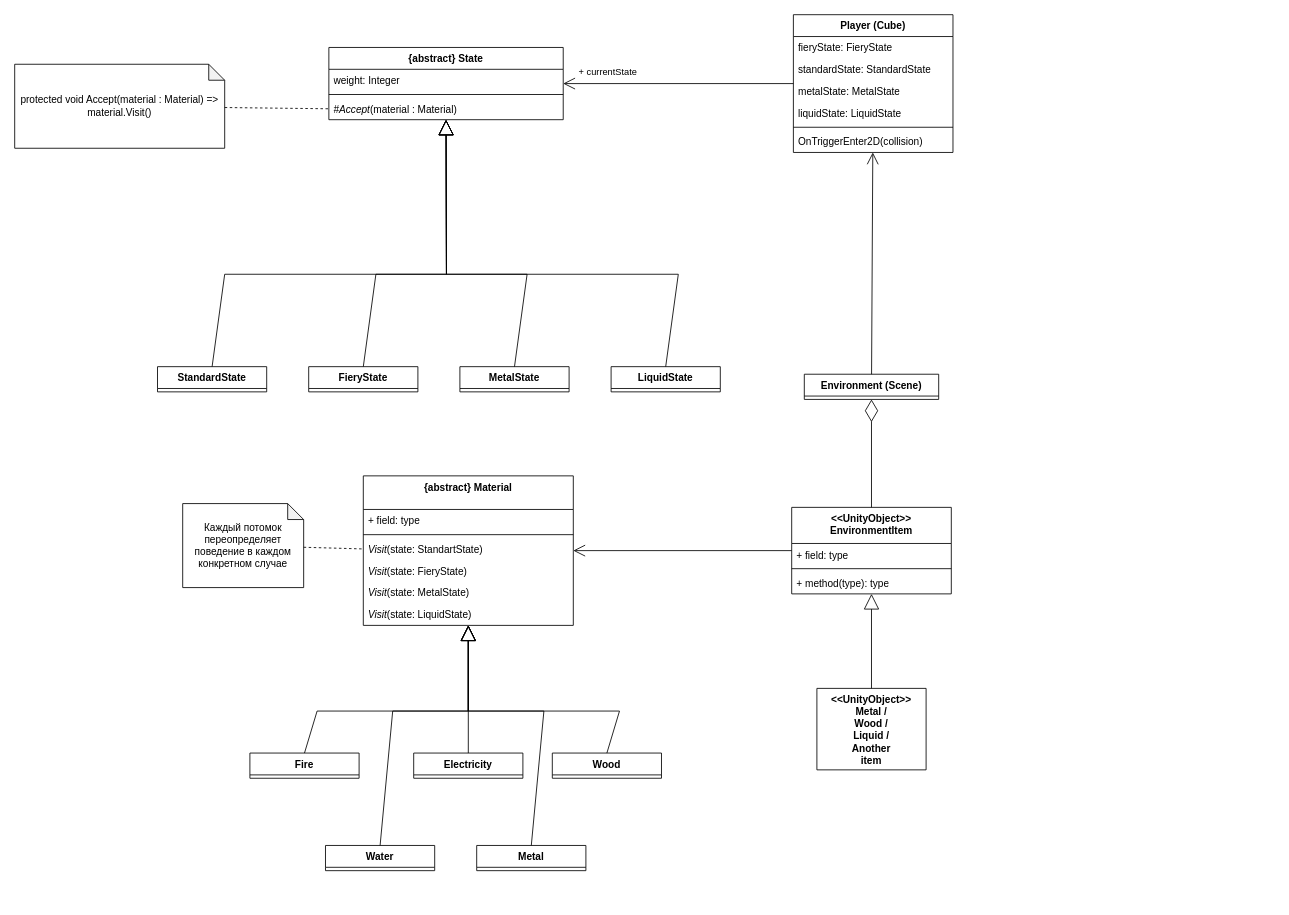
Mithrilll/Rock keeps this draw.io diagram as Documentation/Cube states Diagram.drawio. Above is the earlier version. Source tidied: cells renumbered, new cells numbered last; positions are measured from the earlier drawing's top-left corner, leaving out a move shared by most shapes. Both pictures are drawn from the tidied source at 84%, with x=0, y=0 at pixel (14, 14).
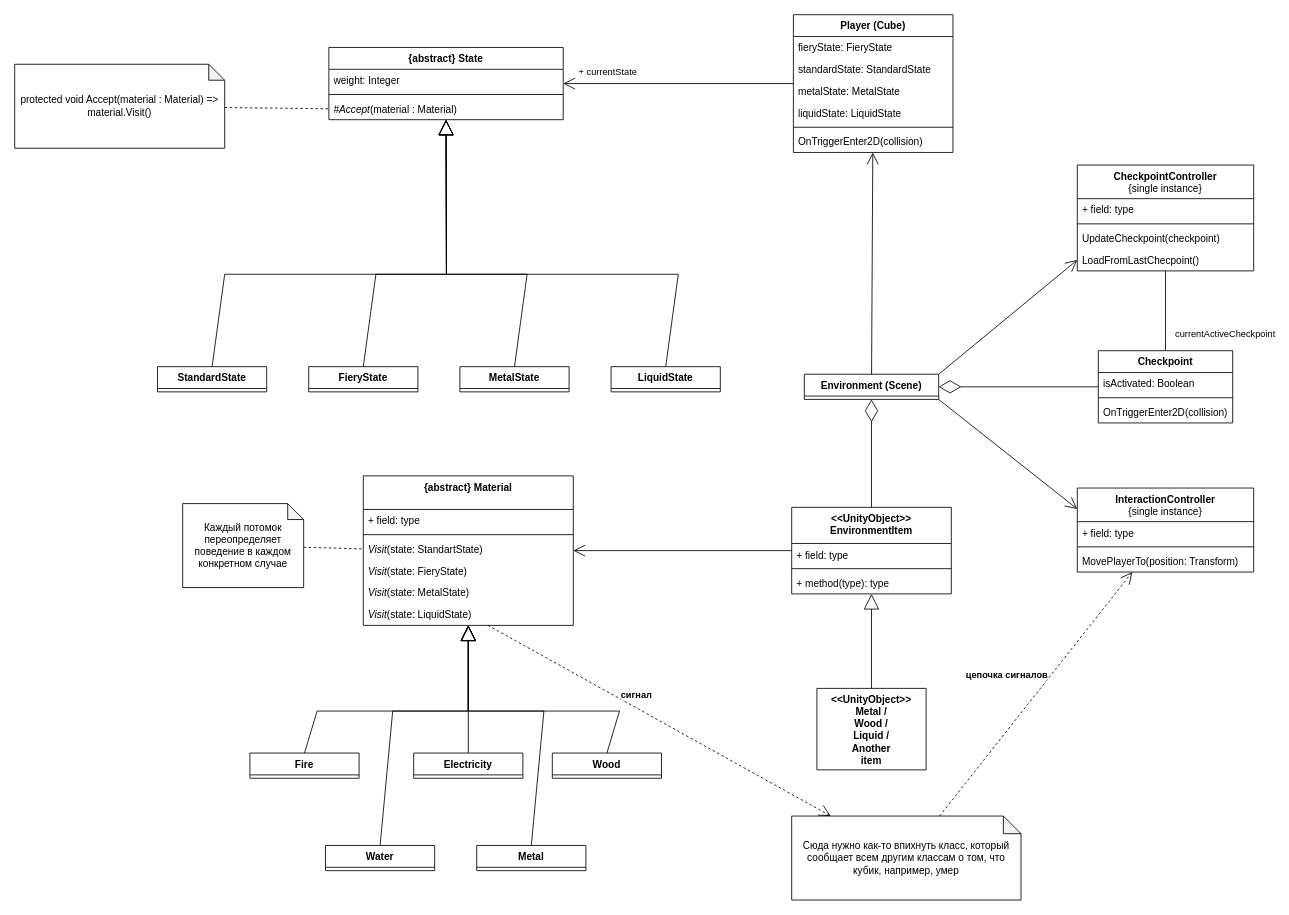
Above is the later version.

The change refers to these unchanged cells:
```xml
<mxCell id="20" value="&lt;i&gt;Visit&lt;/i&gt;(state: LiquidState)" style="text;strokeColor=none;fillColor=none;align=left;verticalAlign=top;spacingLeft=4;spacingRight=4;overflow=hidden;points=[[0,0.5],[1,0.5]];portConstraint=eastwest;whiteSpace=wrap;html=1;" parent="14" vertex="1">
  <mxGeometry y="152" width="250" height="26" as="geometry" />
</mxCell>
<mxCell id="35" value="Environment (Scene)" style="swimlane;fontStyle=1;align=center;verticalAlign=top;horizontal=1;startSize=26;whiteSpace=wrap;html=1;" parent="1" vertex="1" collapsed="1">
  <mxGeometry x="940" y="428" width="160" height="30" as="geometry" />
</mxCell>
```

Change to the diagram source:
```diff
@@
+    <mxCell id="54" style="edgeStyle=none;shape=connector;rounded=0;jettySize=auto;html=1;exitX=1;exitY=0;exitDx=0;exitDy=0;labelBackgroundColor=default;strokeColor=default;fontFamily=Helvetica;fontSize=11;fontColor=default;endArrow=open;endFill=1;endSize=12;entryX=0;entryY=0.5;entryDx=0;entryDy=0;" parent="1" edge="1" source="35" target="62">
+      <mxGeometry relative="1" as="geometry" />
+    </mxCell>
+    <mxCell id="55" style="edgeStyle=none;shape=connector;rounded=0;jettySize=auto;html=1;exitX=1;exitY=1;exitDx=0;exitDy=0;labelBackgroundColor=default;strokeColor=default;fontFamily=Helvetica;fontSize=11;fontColor=default;endArrow=open;endFill=1;endSize=12;entryX=0;entryY=0.25;entryDx=0;entryDy=0;" parent="1" edge="1" source="35" target="68">
+      <mxGeometry relative="1" as="geometry" />
+    </mxCell>
@@
+    <mxCell id="56" style="edgeStyle=orthogonalEdgeStyle;rounded=0;jettySize=auto;html=1;endArrow=none;endFill=0;startSize=6;endSize=12;startArrow=none;startFill=0;" parent="1" edge="1" source="58" target="63">
+      <mxGeometry relative="1" as="geometry" />
+    </mxCell>
+    <mxCell id="57" value="currentActiveCheckpoint" style="edgeLabel;html=1;align=center;verticalAlign=middle;" parent="56" vertex="1">
+      <mxGeometry x="0.38" y="-1" relative="1" as="geometry">
+        <mxPoint x="71" y="8" as="offset" />
+      </mxGeometry>
+    </mxCell>
+    <mxCell id="58" value="CheckpointController&lt;br&gt;&lt;span style=&quot;font-weight: normal;&quot;&gt;{single instance}&lt;/span&gt;" style="swimlane;fontStyle=1;align=center;verticalAlign=top;horizontal=1;startSize=40;whiteSpace=wrap;html=1;" parent="1" vertex="1">
+      <mxGeometry x="1265" y="179" width="210" height="126" as="geometry" />
+    </mxCell>
+    <mxCell id="59" value="+ field: type" style="text;strokeColor=none;fillColor=none;align=left;verticalAlign=top;spacingLeft=4;spacingRight=4;overflow=hidden;whiteSpace=wrap;html=1;" parent="58" vertex="1">
+      <mxGeometry y="40" width="210" height="26" as="geometry" />
+    </mxCell>
+    <mxCell id="60" style="line;strokeWidth=1;fillColor=none;align=left;verticalAlign=middle;spacingTop=-1;spacingLeft=3;spacingRight=3;labelPosition=right;strokeColor=inherit;" parent="58" vertex="1">
+      <mxGeometry y="66" width="210" height="8" as="geometry" />
+    </mxCell>
+    <mxCell id="61" value="UpdateCheckpoint(checkpoint)" style="text;strokeColor=none;fillColor=none;align=left;verticalAlign=top;spacingLeft=4;spacingRight=4;overflow=hidden;whiteSpace=wrap;html=1;" parent="58" vertex="1">
+      <mxGeometry y="74" width="210" height="26" as="geometry" />
+    </mxCell>
+    <mxCell id="62" value="LoadFromLastChecpoint()" style="text;strokeColor=none;fillColor=none;align=left;verticalAlign=top;spacingLeft=4;spacingRight=4;overflow=hidden;points=[[0,0.5],[1,0.5]];portConstraint=eastwest;whiteSpace=wrap;html=1;" parent="58" vertex="1">
+      <mxGeometry y="100" width="210" height="26" as="geometry" />
+    </mxCell>
+    <mxCell id="63" value="Checkpoint" style="swimlane;fontStyle=1;align=center;verticalAlign=top;horizontal=1;startSize=26;whiteSpace=wrap;html=1;" parent="1" vertex="1">
+      <mxGeometry x="1290" y="400" width="160" height="86" as="geometry" />
+    </mxCell>
+    <mxCell id="64" value="isActivated: Boolean" style="text;strokeColor=none;fillColor=none;align=left;verticalAlign=top;spacingLeft=4;spacingRight=4;overflow=hidden;whiteSpace=wrap;html=1;" parent="63" vertex="1">
+      <mxGeometry y="26" width="160" height="26" as="geometry" />
+    </mxCell>
+    <mxCell id="65" style="line;strokeWidth=1;fillColor=none;align=left;verticalAlign=middle;spacingTop=-1;spacingLeft=3;spacingRight=3;labelPosition=right;strokeColor=inherit;" parent="63" vertex="1">
+      <mxGeometry y="52" width="160" height="8" as="geometry" />
+    </mxCell>
+    <mxCell id="66" value="OnTriggerEnter2D(collision)" style="text;strokeColor=none;fillColor=none;align=left;verticalAlign=top;spacingLeft=4;spacingRight=4;overflow=hidden;whiteSpace=wrap;html=1;" parent="63" vertex="1">
+      <mxGeometry y="60" width="160" height="26" as="geometry" />
+    </mxCell>
+    <mxCell id="67" style="endArrow=diamondThin;endFill=0;endSize=24;html=1;rounded=0;" parent="1" edge="1" source="63" target="35">
+      <mxGeometry relative="1" as="geometry" />
+    </mxCell>
+    <mxCell id="68" value="InteractionController&lt;br&gt;&lt;span style=&quot;font-weight: normal;&quot;&gt;{single instance}&lt;/span&gt;" style="swimlane;fontStyle=1;align=center;verticalAlign=top;horizontal=1;startSize=40;whiteSpace=wrap;html=1;" parent="1" vertex="1">
+      <mxGeometry x="1265" y="563.5" width="210" height="100" as="geometry" />
+    </mxCell>
+    <mxCell id="69" value="+ field: type" style="text;strokeColor=none;fillColor=none;align=left;verticalAlign=top;spacingLeft=4;spacingRight=4;overflow=hidden;whiteSpace=wrap;html=1;" parent="68" vertex="1">
+      <mxGeometry y="40" width="210" height="26" as="geometry" />
+    </mxCell>
+    <mxCell id="70" style="line;strokeWidth=1;fillColor=none;align=left;verticalAlign=middle;spacingTop=-1;spacingLeft=3;spacingRight=3;labelPosition=right;strokeColor=inherit;" parent="68" vertex="1">
+      <mxGeometry y="66" width="210" height="8" as="geometry" />
+    </mxCell>
+    <mxCell id="71" value="MovePlayerTo(position: Transform)" style="text;strokeColor=none;fillColor=none;align=left;verticalAlign=top;spacingLeft=4;spacingRight=4;overflow=hidden;whiteSpace=wrap;html=1;" parent="68" vertex="1">
+      <mxGeometry y="74" width="210" height="26" as="geometry" />
+    </mxCell>
+    <mxCell id="72" style="edgeStyle=none;shape=connector;rounded=0;jettySize=auto;html=1;labelBackgroundColor=default;strokeColor=default;fontFamily=Helvetica;fontSize=11;fontColor=default;endArrow=open;endFill=1;endSize=12;dashed=1;" parent="1" edge="1" source="74" target="68">
+      <mxGeometry relative="1" as="geometry" />
+    </mxCell>
+    <mxCell id="73" value="&lt;b&gt;цепочка сигналов&lt;/b&gt;" style="edgeLabel;html=1;align=center;verticalAlign=middle;fontSize=11;fontFamily=Helvetica;fontColor=default;" parent="72" vertex="1">
+      <mxGeometry x="0.16" y="-1" relative="1" as="geometry">
+        <mxPoint x="-55" as="offset" />
+      </mxGeometry>
+    </mxCell>
+    <mxCell id="74" value="Сюда нужно как-то впихнуть класс, который сообщает всем другим классам о том, что кубик, например, умер" style="shape=note;whiteSpace=wrap;html=1;backgroundOutline=1;darkOpacity=0.05;size=21;" parent="1" vertex="1">
+      <mxGeometry x="925" y="954" width="273" height="100" as="geometry" />
+    </mxCell>
+    <mxCell id="75" style="edgeStyle=none;shape=connector;rounded=0;jettySize=auto;html=1;labelBackgroundColor=default;strokeColor=default;fontFamily=Helvetica;fontSize=11;fontColor=default;endArrow=open;endFill=1;endSize=12;dashed=1;" parent="1" edge="1" source="20" target="74">
+      <mxGeometry relative="1" as="geometry" />
+    </mxCell>
+    <mxCell id="76" value="&lt;b&gt;сигнал&lt;/b&gt;" style="edgeLabel;html=1;align=center;verticalAlign=middle;fontSize=11;fontFamily=Helvetica;fontColor=default;" parent="75" vertex="1">
+      <mxGeometry x="-0.17" y="2" relative="1" as="geometry">
+        <mxPoint x="6" y="-10" as="offset" />
+      </mxGeometry>
+    </mxCell>
```
